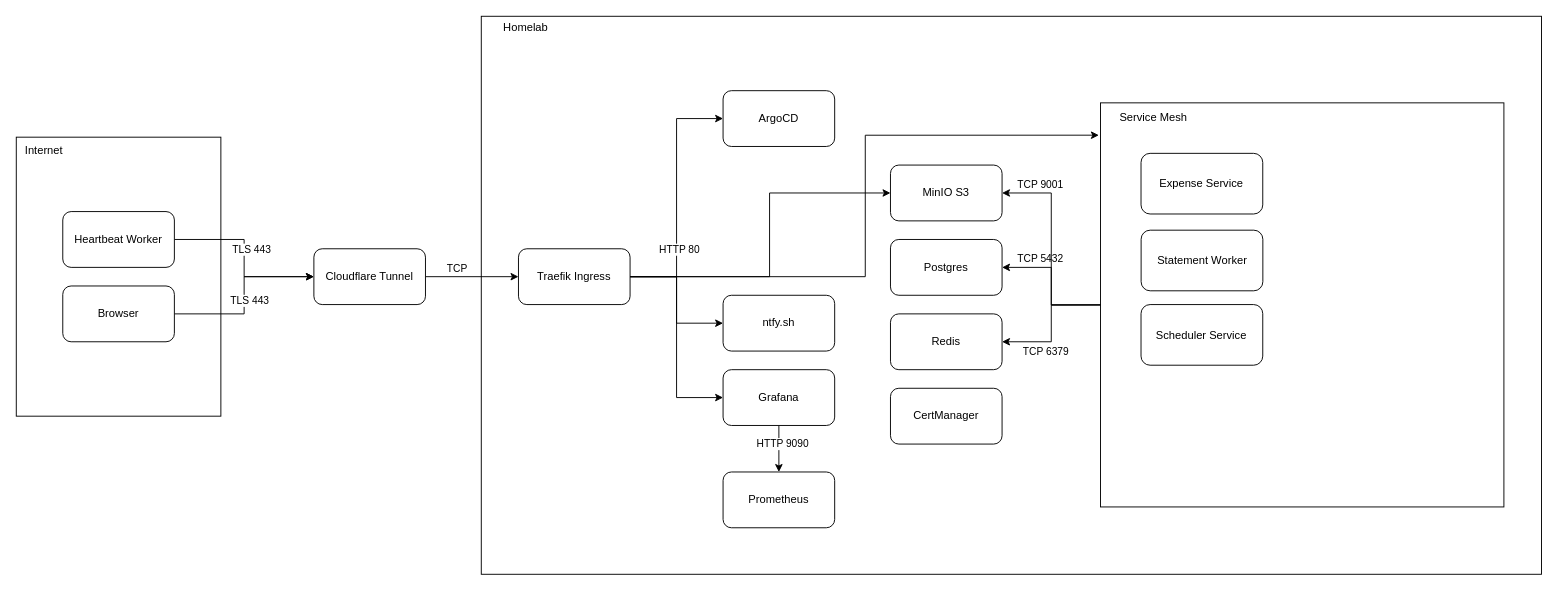
Before: docs/homelab-arch.drawio in ininicho/ininicho, a draw.io diagram. Source tidied: cells renumbered, new cells numbered last; positions are measured from the earlier drawing's top-left corner, leaving out a move shared by most shapes. Both pictures are drawn from the tidied source at 93%, with x=0, y=0 at pixel (16, 16).
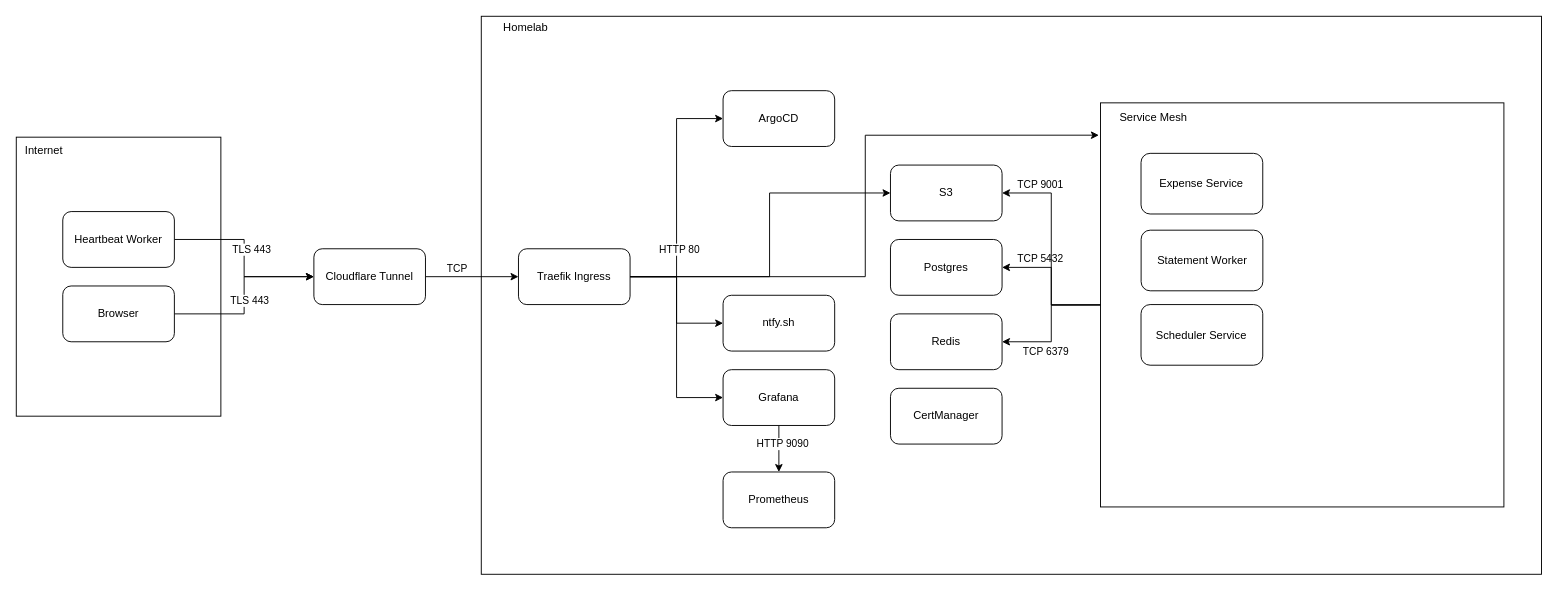
After the change.

Change to the diagram source:
```diff
@@
-    <mxCell id="35" value="MinIO S3" style="rounded=1;whiteSpace=wrap;html=1;" parent="1" vertex="1">
+    <mxCell id="35" value="S3" style="rounded=1;whiteSpace=wrap;html=1;" parent="1" vertex="1">
       <mxGeometry x="940" y="160" width="120" height="60" as="geometry" />
     </mxCell>
```
